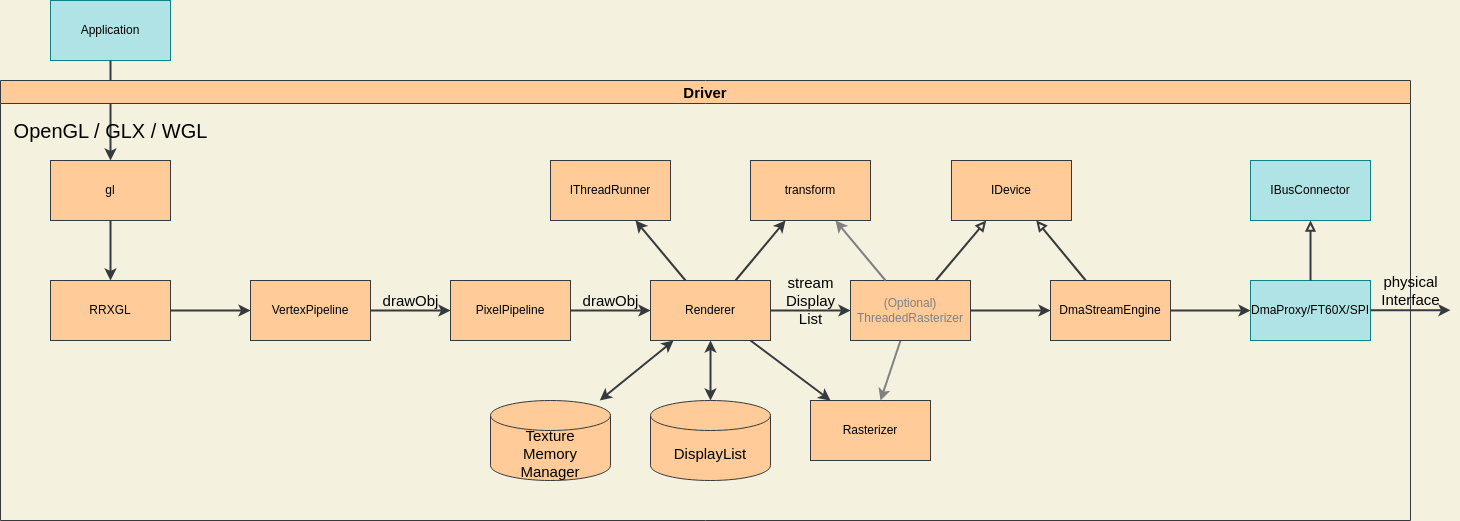
The draw.io diagram pictures/softwareFlow.drawio.png in ToNi3141/Rasterix, before a commit. Source tidied: cells renumbered, new cells last; positions are measured from the earlier drawing's top-left corner, leaving out a move shared by most shapes.
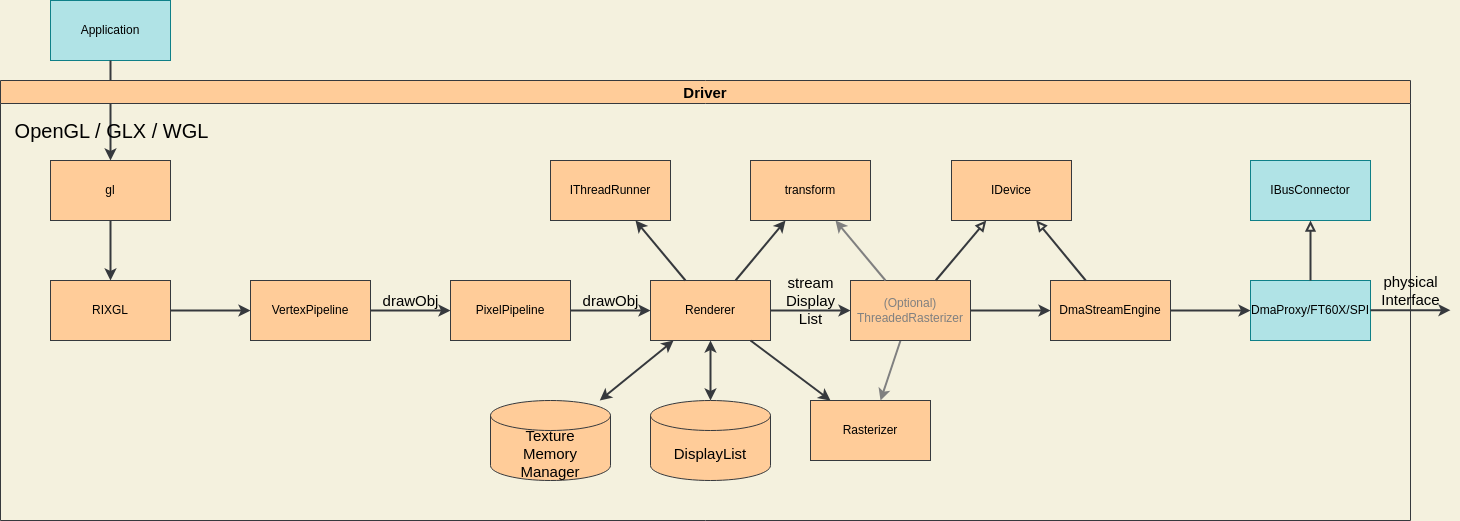
After the commit.

Diff of the diagram source:
```diff
@@ -20,7 +20,7 @@
     <mxCell id="5" value="Driver" style="swimlane;labelBackgroundColor=none;fontSize=15;fillColor=#ffcc99;strokeColor=#36393d;fontColor=#000000;" parent="1" vertex="1">
       <mxGeometry y="80" width="1410" height="440" as="geometry" />
     </mxCell>
-    <mxCell id="6" value="RRXGL" style="rounded=0;whiteSpace=wrap;html=1;fillColor=#ffcc99;strokeColor=#36393d;fontColor=#000000;" parent="5" vertex="1">
+    <mxCell id="6" value="RIXGL" style="rounded=0;whiteSpace=wrap;html=1;fillColor=#ffcc99;strokeColor=#36393d;fontColor=#000000;" parent="5" vertex="1">
       <mxGeometry x="50" y="200" width="120" height="60" as="geometry" />
     </mxCell>
     <mxCell id="7" value="VertexPipeline" style="rounded=0;whiteSpace=wrap;html=1;fillColor=#ffcc99;strokeColor=#36393d;fontColor=#000000;" parent="5" vertex="1">
```
